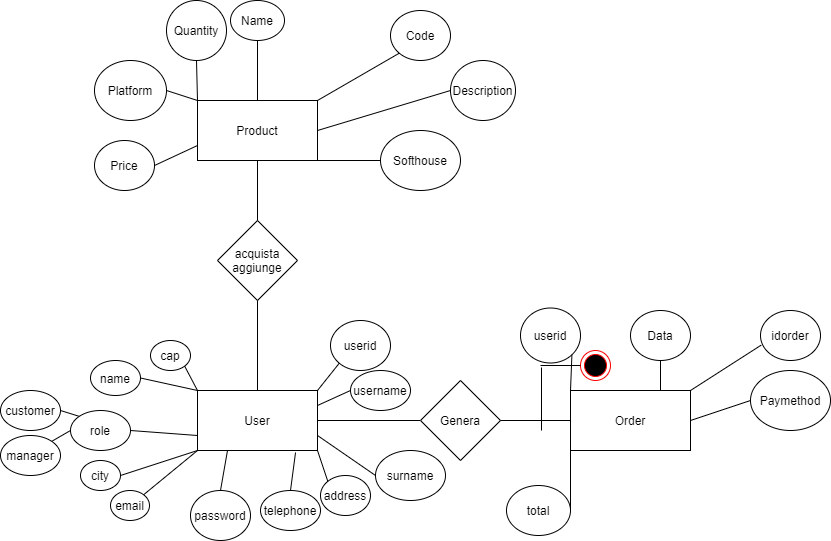
This is VirtualTrip.png from amaddaloni12/VirtualTrip, a draw.io export, as it was before one commit. Source tidied: cells renumbered, new cells last; positions are measured from the earlier drawing's top-left corner, leaving out a move shared by most shapes. Its diagram source:
```xml
<mxGraphModel>
  <root>
    <mxCell id="0" />
    <mxCell id="1" parent="0" />
    <mxCell id="2" value="Order" style="rounded=0;whiteSpace=wrap;html=1;" parent="1" vertex="1">
      <mxGeometry x="570" y="390" width="120" height="60" as="geometry" />
    </mxCell>
    <mxCell id="3" value="Product" style="rounded=0;whiteSpace=wrap;html=1;" parent="1" vertex="1">
      <mxGeometry x="197" y="100" width="120" height="60" as="geometry" />
    </mxCell>
    <mxCell id="4" value="User" style="rounded=0;whiteSpace=wrap;html=1;" parent="1" vertex="1">
      <mxGeometry x="197" y="390" width="120" height="60" as="geometry" />
    </mxCell>
    <mxCell id="5" value="idorder" style="ellipse;whiteSpace=wrap;html=1;" parent="1" vertex="1">
      <mxGeometry x="760" y="310" width="60" height="50" as="geometry" />
    </mxCell>
    <mxCell id="6" value="total" style="ellipse;whiteSpace=wrap;html=1;" parent="1" vertex="1">
      <mxGeometry x="506" y="485" width="64" height="50" as="geometry" />
    </mxCell>
    <mxCell id="7" value="Data" style="ellipse;whiteSpace=wrap;html=1;" parent="1" vertex="1">
      <mxGeometry x="630" y="310" width="60" height="50" as="geometry" />
    </mxCell>
    <mxCell id="8" value="userid" style="ellipse;whiteSpace=wrap;html=1;" parent="1" vertex="1">
      <mxGeometry x="520" y="307.5" width="60" height="55" as="geometry" />
    </mxCell>
    <mxCell id="9" value="Paymethod" style="ellipse;whiteSpace=wrap;html=1;" parent="1" vertex="1">
      <mxGeometry x="750" y="370" width="80" height="60" as="geometry" />
    </mxCell>
    <mxCell id="10" style="endArrow=none;html=1;entryX=0;entryY=0.5;entryDx=0;entryDy=0;exitX=1;exitY=0.5;exitDx=0;exitDy=0;" parent="1" edge="1" source="2" target="9">
      <mxGeometry relative="1" as="geometry" />
    </mxCell>
    <mxCell id="11" style="endArrow=none;html=1;entryX=0.011;entryY=0.693;entryDx=0;entryDy=0;entryPerimeter=0;exitX=1;exitY=0;exitDx=0;exitDy=0;" parent="1" edge="1" source="2" target="5">
      <mxGeometry relative="1" as="geometry" />
    </mxCell>
    <mxCell id="12" style="endArrow=none;html=1;exitX=0.5;exitY=1;exitDx=0;exitDy=0;entryX=0.75;entryY=0;entryDx=0;entryDy=0;" parent="1" edge="1" source="7" target="2">
      <mxGeometry relative="1" as="geometry" />
    </mxCell>
    <mxCell id="13" style="endArrow=none;html=1;entryX=1;entryY=1;entryDx=0;entryDy=0;exitX=0;exitY=0;exitDx=0;exitDy=0;" parent="1" edge="1" source="2" target="8">
      <mxGeometry relative="1" as="geometry" />
    </mxCell>
    <mxCell id="14" style="endArrow=none;html=1;entryX=1;entryY=0.5;entryDx=0;entryDy=0;exitX=0;exitY=0.75;exitDx=0;exitDy=0;" parent="1" edge="1" source="2" target="6">
      <mxGeometry relative="1" as="geometry" />
    </mxCell>
    <mxCell id="15" value="Code" style="ellipse;whiteSpace=wrap;html=1;" parent="1" vertex="1">
      <mxGeometry x="390" y="10" width="60" height="50" as="geometry" />
    </mxCell>
    <mxCell id="16" style="endArrow=none;html=1;exitX=1;exitY=0;exitDx=0;exitDy=0;entryX=0;entryY=1;entryDx=0;entryDy=0;" parent="1" edge="1" source="3" target="15">
      <mxGeometry relative="1" as="geometry" />
    </mxCell>
    <mxCell id="17" value="Name" style="ellipse;whiteSpace=wrap;html=1;" parent="1" vertex="1">
      <mxGeometry x="230" width="54" height="40" as="geometry" />
    </mxCell>
    <mxCell id="18" value="Description" style="ellipse;whiteSpace=wrap;html=1;" parent="1" vertex="1">
      <mxGeometry x="450" y="60" width="65" height="60" as="geometry" />
    </mxCell>
    <mxCell id="19" value="Price" style="ellipse;whiteSpace=wrap;html=1;" parent="1" vertex="1">
      <mxGeometry x="94" y="140" width="60" height="50" as="geometry" />
    </mxCell>
    <mxCell id="20" value="Platform" style="ellipse;whiteSpace=wrap;html=1;" parent="1" vertex="1">
      <mxGeometry x="94" y="60" width="72" height="60" as="geometry" />
    </mxCell>
    <mxCell id="21" value="Softhouse" style="ellipse;whiteSpace=wrap;html=1;" parent="1" vertex="1">
      <mxGeometry x="380" y="130" width="80" height="60" as="geometry" />
    </mxCell>
    <mxCell id="22" style="endArrow=none;html=1;entryX=1;entryY=0.5;entryDx=0;entryDy=0;exitX=0;exitY=0;exitDx=0;exitDy=0;" parent="1" edge="1" source="3" target="20">
      <mxGeometry relative="1" as="geometry" />
    </mxCell>
    <mxCell id="23" style="endArrow=none;html=1;exitX=1;exitY=0.5;exitDx=0;exitDy=0;entryX=0;entryY=0.75;entryDx=0;entryDy=0;" parent="1" edge="1" source="19" target="3">
      <mxGeometry relative="1" as="geometry" />
    </mxCell>
    <mxCell id="24" style="endArrow=none;html=1;exitX=1;exitY=1;exitDx=0;exitDy=0;entryX=0;entryY=0.5;entryDx=0;entryDy=0;" parent="1" edge="1" source="3" target="21">
      <mxGeometry relative="1" as="geometry" />
    </mxCell>
    <mxCell id="25" style="endArrow=none;html=1;entryX=0;entryY=0.5;entryDx=0;entryDy=0;exitX=1;exitY=0.5;exitDx=0;exitDy=0;" parent="1" edge="1" source="3" target="18">
      <mxGeometry relative="1" as="geometry" />
    </mxCell>
    <mxCell id="26" style="endArrow=none;html=1;exitX=0.5;exitY=1;exitDx=0;exitDy=0;entryX=0.5;entryY=0;entryDx=0;entryDy=0;" parent="1" edge="1" source="17" target="3">
      <mxGeometry relative="1" as="geometry" />
    </mxCell>
    <mxCell id="27" value="Quantity" style="ellipse;whiteSpace=wrap;html=1;" parent="1" vertex="1">
      <mxGeometry x="166" width="60" height="60" as="geometry" />
    </mxCell>
    <mxCell id="28" style="endArrow=none;html=1;entryX=0.5;entryY=1;entryDx=0;entryDy=0;exitX=0;exitY=0;exitDx=0;exitDy=0;" parent="1" edge="1" source="3" target="27">
      <mxGeometry relative="1" as="geometry" />
    </mxCell>
    <mxCell id="29" value="userid" style="ellipse;whiteSpace=wrap;html=1;" parent="1" vertex="1">
      <mxGeometry x="330" y="320" width="60" height="50" as="geometry" />
    </mxCell>
    <mxCell id="30" style="endArrow=none;html=1;exitX=1;exitY=0;exitDx=0;exitDy=0;entryX=0;entryY=1;entryDx=0;entryDy=0;" parent="1" edge="1" source="4" target="29">
      <mxGeometry relative="1" as="geometry" />
    </mxCell>
    <mxCell id="31" value="role" style="ellipse;whiteSpace=wrap;html=1;" parent="1" vertex="1">
      <mxGeometry x="70" y="410" width="60" height="40" as="geometry" />
    </mxCell>
    <mxCell id="32" value="password" style="ellipse;whiteSpace=wrap;html=1;" parent="1" vertex="1">
      <mxGeometry x="190" y="490" width="60" height="50" as="geometry" />
    </mxCell>
    <mxCell id="33" value="name" style="ellipse;whiteSpace=wrap;html=1;" parent="1" vertex="1">
      <mxGeometry x="90" y="360" width="50" height="35" as="geometry" />
    </mxCell>
    <mxCell id="34" value="surname" style="ellipse;whiteSpace=wrap;html=1;" parent="1" vertex="1">
      <mxGeometry x="375" y="450" width="70" height="50" as="geometry" />
    </mxCell>
    <mxCell id="35" value="telephone" style="ellipse;whiteSpace=wrap;html=1;" parent="1" vertex="1">
      <mxGeometry x="260" y="490" width="60" height="40" as="geometry" />
    </mxCell>
    <mxCell id="36" value="email" style="ellipse;whiteSpace=wrap;html=1;" parent="1" vertex="1">
      <mxGeometry x="110" y="490" width="39" height="30" as="geometry" />
    </mxCell>
    <mxCell id="37" value="address" style="ellipse;whiteSpace=wrap;html=1;" parent="1" vertex="1">
      <mxGeometry x="320" y="475" width="50" height="40" as="geometry" />
    </mxCell>
    <mxCell id="38" value="cap" style="ellipse;whiteSpace=wrap;html=1;" parent="1" vertex="1">
      <mxGeometry x="150" y="340" width="40" height="30" as="geometry" />
    </mxCell>
    <mxCell id="39" style="endArrow=none;html=1;entryX=1;entryY=1;entryDx=0;entryDy=0;exitX=0;exitY=0;exitDx=0;exitDy=0;" parent="1" edge="1" source="4" target="38">
      <mxGeometry relative="1" as="geometry" />
    </mxCell>
    <mxCell id="40" style="endArrow=none;html=1;entryX=1;entryY=0.5;entryDx=0;entryDy=0;exitX=0;exitY=0.75;exitDx=0;exitDy=0;" parent="1" edge="1" source="4" target="31">
      <mxGeometry relative="1" as="geometry" />
    </mxCell>
    <mxCell id="41" style="endArrow=none;html=1;exitX=1;exitY=0;exitDx=0;exitDy=0;entryX=0;entryY=1;entryDx=0;entryDy=0;" parent="1" edge="1" source="36" target="4">
      <mxGeometry relative="1" as="geometry" />
    </mxCell>
    <mxCell id="42" style="endArrow=none;html=1;exitX=0.5;exitY=0;exitDx=0;exitDy=0;entryX=0.25;entryY=1;entryDx=0;entryDy=0;" parent="1" edge="1" source="32" target="4">
      <mxGeometry relative="1" as="geometry" />
    </mxCell>
    <mxCell id="43" style="endArrow=none;html=1;entryX=0.817;entryY=1.033;entryDx=0;entryDy=0;entryPerimeter=0;exitX=0.5;exitY=0;exitDx=0;exitDy=0;" parent="1" edge="1" source="35" target="4">
      <mxGeometry relative="1" as="geometry" />
    </mxCell>
    <mxCell id="44" style="endArrow=none;html=1;exitX=1;exitY=0.5;exitDx=0;exitDy=0;entryX=0;entryY=0.5;entryDx=0;entryDy=0;" parent="1" edge="1" source="4" target="53">
      <mxGeometry relative="1" as="geometry" />
    </mxCell>
    <mxCell id="45" style="endArrow=none;html=1;exitX=1;exitY=1;exitDx=0;exitDy=0;entryX=0;entryY=0;entryDx=0;entryDy=0;" parent="1" edge="1" source="4" target="37">
      <mxGeometry relative="1" as="geometry" />
    </mxCell>
    <mxCell id="46" style="endArrow=none;html=1;exitX=1;exitY=0.5;exitDx=0;exitDy=0;entryX=0;entryY=0;entryDx=0;entryDy=0;" parent="1" edge="1" source="33" target="4">
      <mxGeometry relative="1" as="geometry" />
    </mxCell>
    <mxCell id="47" style="endArrow=none;html=1;exitX=1;exitY=0.75;exitDx=0;exitDy=0;entryX=0;entryY=0.5;entryDx=0;entryDy=0;" parent="1" edge="1" source="4" target="34">
      <mxGeometry relative="1" as="geometry" />
    </mxCell>
    <mxCell id="48" value="acquista&lt;br&gt;aggiunge" style="rhombus;whiteSpace=wrap;html=1;" parent="1" vertex="1">
      <mxGeometry x="217" y="220" width="80" height="80" as="geometry" />
    </mxCell>
    <mxCell id="49" value="city" style="ellipse;whiteSpace=wrap;html=1;" parent="1" vertex="1">
      <mxGeometry x="80" y="460" width="40" height="30" as="geometry" />
    </mxCell>
    <mxCell id="50" style="endArrow=none;html=1;exitX=1;exitY=0.5;exitDx=0;exitDy=0;entryX=0;entryY=1;entryDx=0;entryDy=0;" parent="1" edge="1" source="49" target="4">
      <mxGeometry relative="1" as="geometry" />
    </mxCell>
    <mxCell id="51" style="endArrow=none;html=1;entryX=0.5;entryY=1;entryDx=0;entryDy=0;exitX=0.5;exitY=0;exitDx=0;exitDy=0;" parent="1" edge="1" source="4" target="48">
      <mxGeometry relative="1" as="geometry" />
    </mxCell>
    <mxCell id="52" style="endArrow=none;html=1;entryX=0.5;entryY=1;entryDx=0;entryDy=0;exitX=0.5;exitY=0;exitDx=0;exitDy=0;" parent="1" edge="1" source="48" target="3">
      <mxGeometry relative="1" as="geometry" />
    </mxCell>
    <mxCell id="53" value="Genera" style="rhombus;whiteSpace=wrap;html=1;" parent="1" vertex="1">
      <mxGeometry x="420" y="380" width="80" height="80" as="geometry" />
    </mxCell>
    <mxCell id="54" style="endArrow=none;html=1;entryX=0;entryY=0.5;entryDx=0;entryDy=0;exitX=1;exitY=0.5;exitDx=0;exitDy=0;" parent="1" edge="1" source="53" target="2">
      <mxGeometry relative="1" as="geometry" />
    </mxCell>
    <mxCell id="55" style="ellipse;html=1;shape=endState;fillColor=#000000;strokeColor=#ff0000;" parent="1" vertex="1">
      <mxGeometry x="580" y="350" width="30" height="30" as="geometry" />
    </mxCell>
    <mxCell id="56" style="endArrow=none;html=1;entryX=0;entryY=0.5;entryDx=0;entryDy=0;" parent="1" edge="1" target="55">
      <mxGeometry relative="1" as="geometry">
        <mxPoint x="540" y="365" as="sourcePoint" />
      </mxGeometry>
    </mxCell>
    <mxCell id="57" style="endArrow=none;html=1;" parent="1" edge="1">
      <mxGeometry relative="1" as="geometry">
        <mxPoint x="541" y="430" as="sourcePoint" />
        <mxPoint x="541" y="367" as="targetPoint" />
      </mxGeometry>
    </mxCell>
    <mxCell id="58" value="username" style="ellipse;whiteSpace=wrap;html=1;" parent="1" vertex="1">
      <mxGeometry x="350" y="370" width="60" height="40" as="geometry" />
    </mxCell>
    <mxCell id="59" style="endArrow=none;html=1;exitX=1;exitY=0.25;exitDx=0;exitDy=0;entryX=0;entryY=0.5;entryDx=0;entryDy=0;" parent="1" edge="1" source="4" target="58">
      <mxGeometry relative="1" as="geometry" />
    </mxCell>
    <mxCell id="60" value="customer" style="ellipse;whiteSpace=wrap;html=1;" parent="1" vertex="1">
      <mxGeometry y="390" width="60" height="40" as="geometry" />
    </mxCell>
    <mxCell id="61" value="manager" style="ellipse;whiteSpace=wrap;html=1;" parent="1" vertex="1">
      <mxGeometry y="435" width="60" height="40" as="geometry" />
    </mxCell>
    <mxCell id="62" style="endArrow=none;html=1;exitX=1;exitY=0.5;exitDx=0;exitDy=0;entryX=0;entryY=0;entryDx=0;entryDy=0;" parent="1" edge="1" source="60" target="31">
      <mxGeometry relative="1" as="geometry" />
    </mxCell>
    <mxCell id="63" style="endArrow=none;html=1;exitX=1;exitY=0;exitDx=0;exitDy=0;entryX=0;entryY=0.5;entryDx=0;entryDy=0;" parent="1" edge="1" source="61" target="31">
      <mxGeometry relative="1" as="geometry" />
    </mxCell>
  </root>
</mxGraphModel>
```
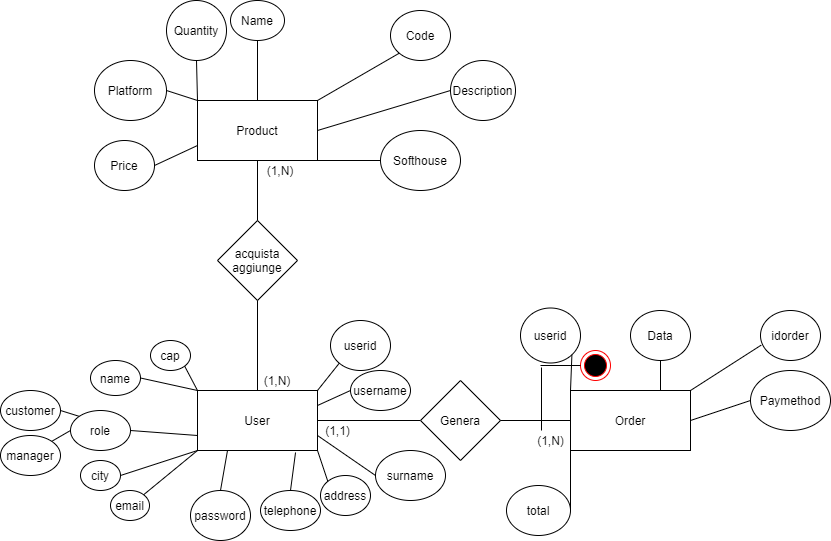
After the change.

Diff of the diagram source:
```diff
@@ -193,5 +193,17 @@
     <mxCell id="63" style="endArrow=none;html=1;exitX=1;exitY=0;exitDx=0;exitDy=0;entryX=0;entryY=0.5;entryDx=0;entryDy=0;" parent="1" edge="1" source="61" target="31">
       <mxGeometry relative="1" as="geometry" />
     </mxCell>
+    <mxCell id="64" value="(1,1)" style="text;html=1;align=center;verticalAlign=middle;strokeColor=none;" parent="1" vertex="1">
+      <mxGeometry x="317" y="420" width="40" height="20" as="geometry" />
+    </mxCell>
+    <mxCell id="65" value="(1,N)" style="text;html=1;align=center;verticalAlign=middle;strokeColor=none;" parent="1" vertex="1">
+      <mxGeometry x="530" y="430" width="40" height="20" as="geometry" />
+    </mxCell>
+    <mxCell id="66" value="(1,N)" style="text;html=1;strokeColor=none;fillColor=none;align=center;verticalAlign=middle;whiteSpace=wrap;rounded=0;" parent="1" vertex="1">
+      <mxGeometry x="257" y="370" width="40" height="20" as="geometry" />
+    </mxCell>
+    <mxCell id="67" value="(1,N)" style="text;html=1;strokeColor=none;fillColor=none;align=center;verticalAlign=middle;whiteSpace=wrap;rounded=0;" parent="1" vertex="1">
+      <mxGeometry x="260" y="160" width="40" height="20" as="geometry" />
+    </mxCell>
   </root>
 </mxGraphModel>
```
